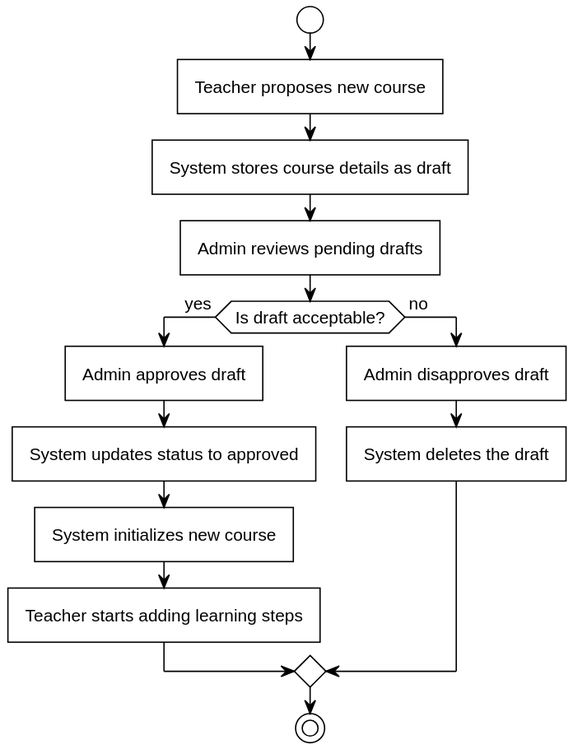
Earlier version of the PlantUML export out/Analysis/ActivityDIagrams/CourseCreationLifecycle/CourseCreationLifecycle.svg (SEPCheesecakeFactory/SEP3).
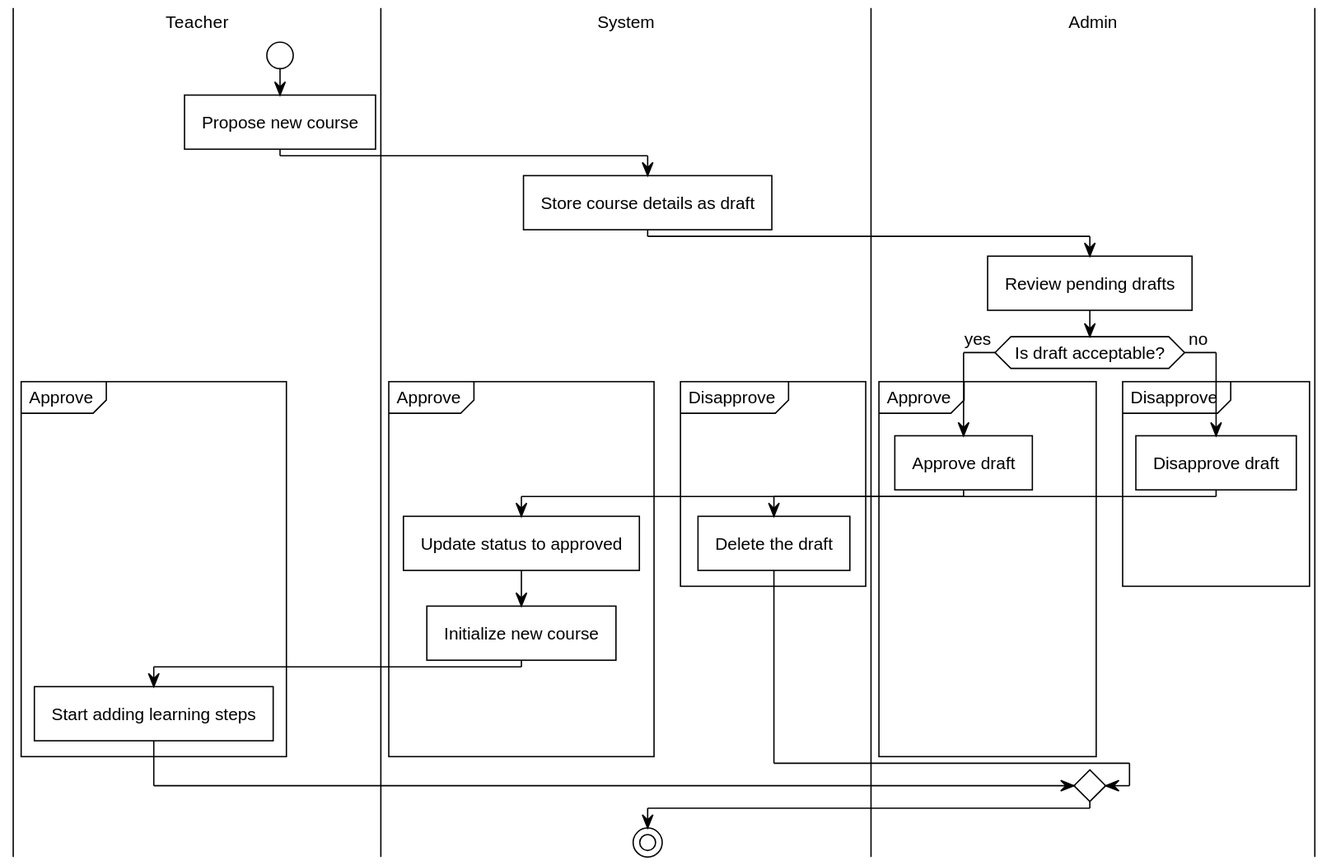
The same diagram one commit later.

Change to the diagram source:
```diff
@@ -1,17 +1,33 @@
 @startuml
 !include https://raw.githubusercontent.com/fredoslav2004/MinimalThemePUML/refs/heads/main/minimal-theme.puml
+
+|Teacher|
 start
-:Teacher proposes new course;
-:System stores course details as draft;
-:Admin reviews pending drafts;
+:Propose new course;
+
+|System|
+:Store course details as draft;
+
+|Admin|
+:Review pending drafts;
+
 if (Is draft acceptable?) then (yes)
-    :Admin approves draft;
-    :System updates status to approved;
-    :System initializes new course;
-    :Teacher starts adding learning steps;
+    partition Approve {
+        :Approve draft;
+        |System|
+        :Update status to approved;
+        :Initialize new course;
+        |Teacher|
+        :Start adding learning steps;
+    }
 else (no)
-    :Admin disapproves draft;
-    :System deletes the draft;
+    partition Disapprove {
+        |Admin|
+        :Disapprove draft;
+        |System|
+        :Delete the draft;
+    }
 endif
+
 stop
 @enduml
```
